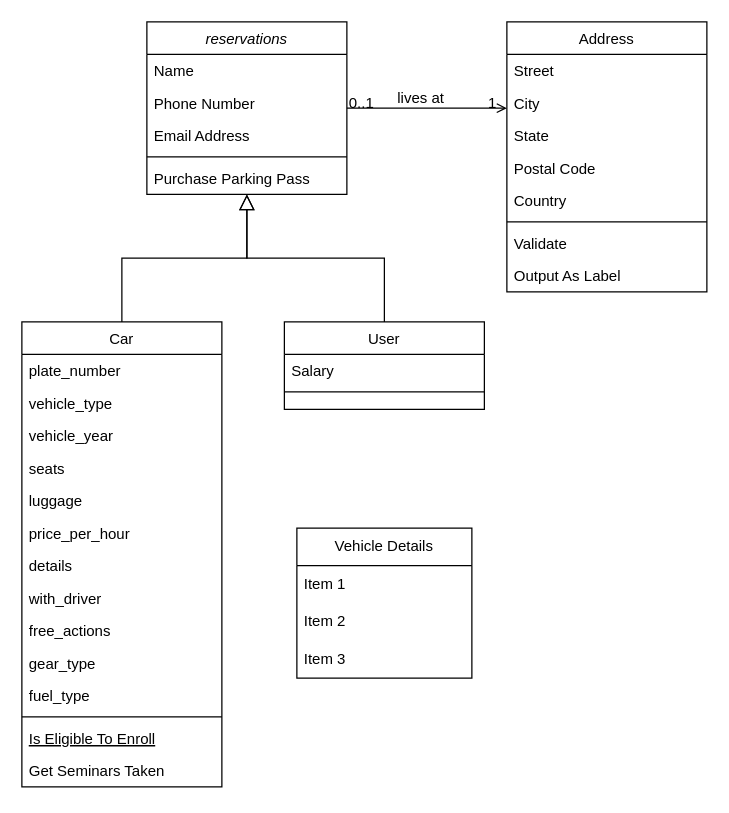
The draw.io diagram api.drawio in khusanov-m/rent-gate-api, before the edit. Source tidied: cells renumbered, new cells numbered last; positions are measured from the earlier drawing's top-left corner, leaving out a move shared by most shapes. Both pictures are drawn from the tidied source at 125%, with x=0, y=0 at pixel (21, 21).
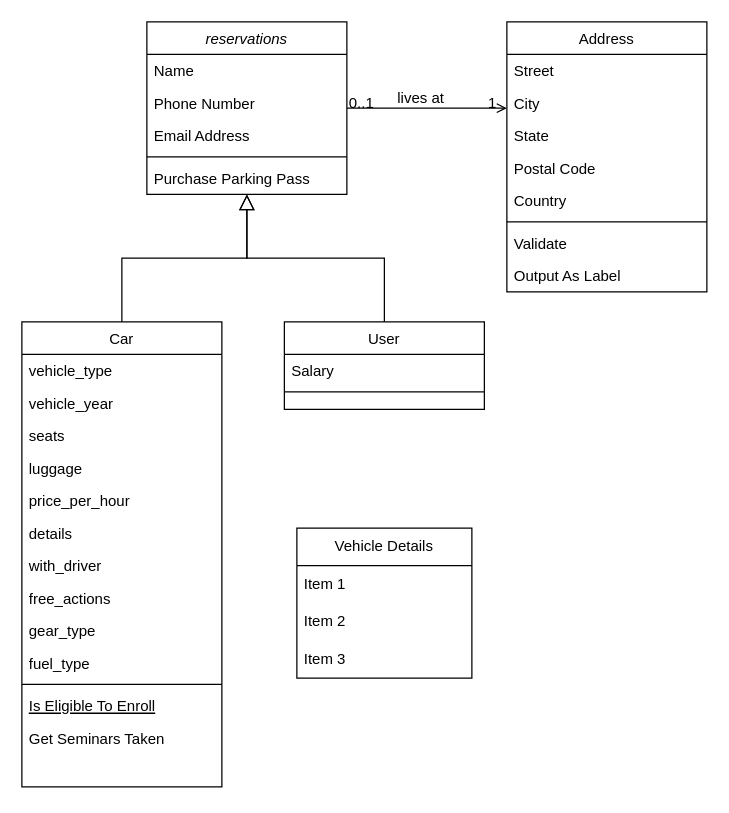
The same diagram, later.

The change refers to these unchanged cells:
```xml
<mxCell id="8" value="Car" style="swimlane;fontStyle=0;align=center;verticalAlign=top;horizontal=1;startSize=26;rounded=0;shadow=0;strokeWidth=1;" parent="1" vertex="1">
  <mxGeometry y="240" width="160" height="372" as="geometry" />
</mxCell>
```

Change to the diagram source:
```diff
@@
-    <mxCell id="9" value="plate_number" style="text;align=left;verticalAlign=top;spacingLeft=4;spacingRight=4;overflow=hidden;" parent="8" vertex="1">
-      <mxGeometry y="26" width="160" height="26" as="geometry" />
-    </mxCell>
     <mxCell id="10" value="vehicle_type" style="text;align=left;verticalAlign=top;spacingLeft=4;spacingRight=4;overflow=hidden;rounded=0;shadow=0;html=0;" parent="8" vertex="1">
-      <mxGeometry y="52" width="160" height="26" as="geometry" />
+      <mxGeometry y="26" width="160" height="26" as="geometry" />
     </mxCell>
     <mxCell id="11" value="vehicle_year" style="text;align=left;verticalAlign=top;spacingLeft=4;spacingRight=4;overflow=hidden;rounded=0;shadow=0;html=0;" parent="8" vertex="1">
-      <mxGeometry y="78" width="160" height="26" as="geometry" />
+      <mxGeometry y="52" width="160" height="26" as="geometry" />
     </mxCell>
     <mxCell id="12" value="seats" style="text;align=left;verticalAlign=top;spacingLeft=4;spacingRight=4;overflow=hidden;rounded=0;shadow=0;html=0;" parent="8" vertex="1">
-      <mxGeometry y="104" width="160" height="26" as="geometry" />
+      <mxGeometry y="78" width="160" height="26" as="geometry" />
     </mxCell>
     <mxCell id="13" value="luggage" style="text;align=left;verticalAlign=top;spacingLeft=4;spacingRight=4;overflow=hidden;rounded=0;shadow=0;html=0;" parent="8" vertex="1">
-      <mxGeometry y="130" width="160" height="26" as="geometry" />
+      <mxGeometry y="104" width="160" height="26" as="geometry" />
     </mxCell>
     <mxCell id="14" value="price_per_hour" style="text;align=left;verticalAlign=top;spacingLeft=4;spacingRight=4;overflow=hidden;rounded=0;shadow=0;html=0;" parent="8" vertex="1">
-      <mxGeometry y="156" width="160" height="26" as="geometry" />
+      <mxGeometry y="130" width="160" height="26" as="geometry" />
     </mxCell>
     <mxCell id="15" value="details" style="text;align=left;verticalAlign=top;spacingLeft=4;spacingRight=4;overflow=hidden;rounded=0;shadow=0;html=0;" parent="8" vertex="1">
-      <mxGeometry y="182" width="160" height="26" as="geometry" />
+      <mxGeometry y="156" width="160" height="26" as="geometry" />
     </mxCell>
     <mxCell id="16" value="with_driver" style="text;align=left;verticalAlign=top;spacingLeft=4;spacingRight=4;overflow=hidden;rounded=0;shadow=0;html=0;" parent="8" vertex="1">
-      <mxGeometry y="208" width="160" height="26" as="geometry" />
+      <mxGeometry y="182" width="160" height="26" as="geometry" />
     </mxCell>
     <mxCell id="17" value="free_actions" style="text;align=left;verticalAlign=top;spacingLeft=4;spacingRight=4;overflow=hidden;rounded=0;shadow=0;html=0;" parent="8" vertex="1">
-      <mxGeometry y="234" width="160" height="26" as="geometry" />
+      <mxGeometry y="208" width="160" height="26" as="geometry" />
     </mxCell>
     <mxCell id="18" value="gear_type" style="text;align=left;verticalAlign=top;spacingLeft=4;spacingRight=4;overflow=hidden;rounded=0;shadow=0;html=0;" parent="8" vertex="1">
-      <mxGeometry y="260" width="160" height="26" as="geometry" />
+      <mxGeometry y="234" width="160" height="26" as="geometry" />
     </mxCell>
     <mxCell id="19" value="fuel_type" style="text;align=left;verticalAlign=top;spacingLeft=4;spacingRight=4;overflow=hidden;rounded=0;shadow=0;html=0;" parent="8" vertex="1">
-      <mxGeometry y="286" width="160" height="26" as="geometry" />
+      <mxGeometry y="260" width="160" height="26" as="geometry" />
     </mxCell>
     <mxCell id="20" style="line;html=1;strokeWidth=1;align=left;verticalAlign=middle;spacingTop=-1;spacingLeft=3;spacingRight=3;labelPosition=right;" parent="8" vertex="1">
-      <mxGeometry y="312" width="160" height="8" as="geometry" />
+      <mxGeometry y="286" width="160" height="8" as="geometry" />
     </mxCell>
     <mxCell id="21" value="Is Eligible To Enroll" style="text;align=left;verticalAlign=top;spacingLeft=4;spacingRight=4;overflow=hidden;fontStyle=4;" parent="8" vertex="1">
-      <mxGeometry y="320" width="160" height="26" as="geometry" />
+      <mxGeometry y="294" width="160" height="26" as="geometry" />
     </mxCell>
     <mxCell id="22" value="Get Seminars Taken" style="text;align=left;verticalAlign=top;spacingLeft=4;spacingRight=4;overflow=hidden;" parent="8" vertex="1">
-      <mxGeometry y="346" width="160" height="26" as="geometry" />
+      <mxGeometry y="320" width="160" height="26" as="geometry" />
     </mxCell>
```
